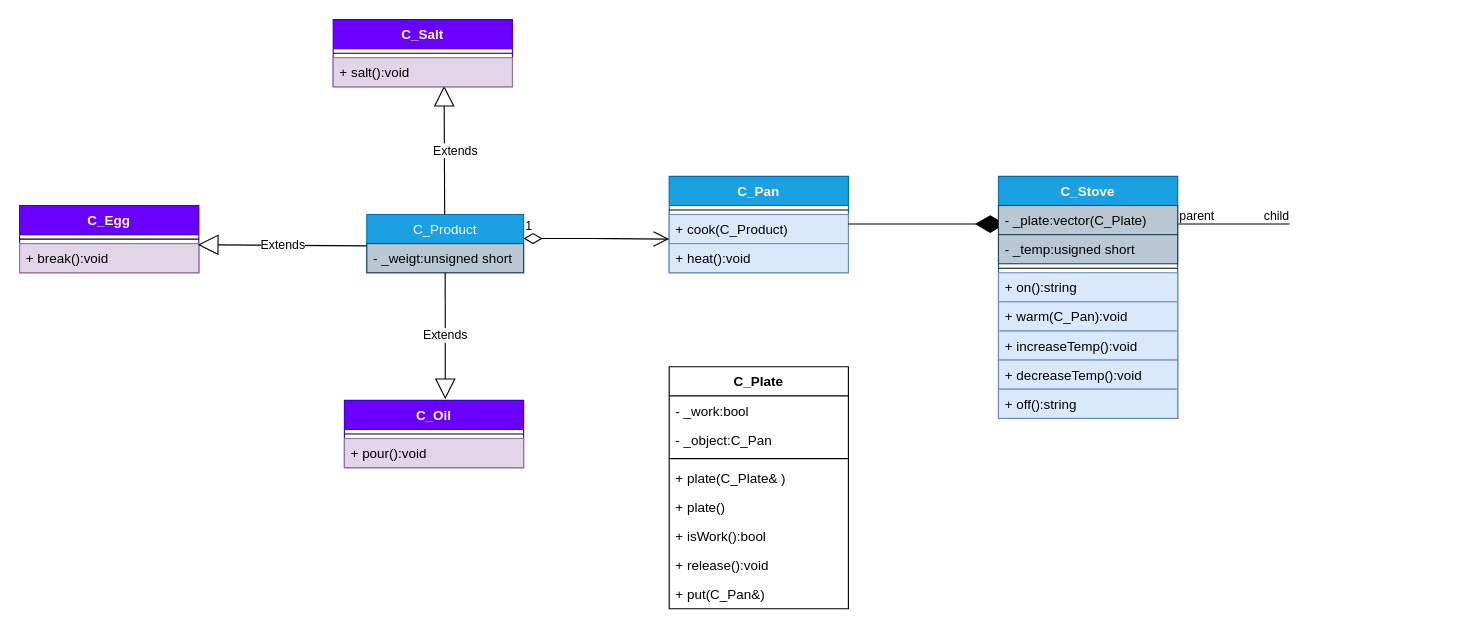
franchukkaterina/Draw-io keeps this draw.io diagram as UML яичница.drawio. Above is the earlier version. Source tidied: cells renumbered, new cells numbered last; positions are measured from the earlier drawing's top-left corner, leaving out a move shared by most shapes. Both pictures are drawn from the tidied source at 112%, with x=0, y=0 at pixel (19, 19).
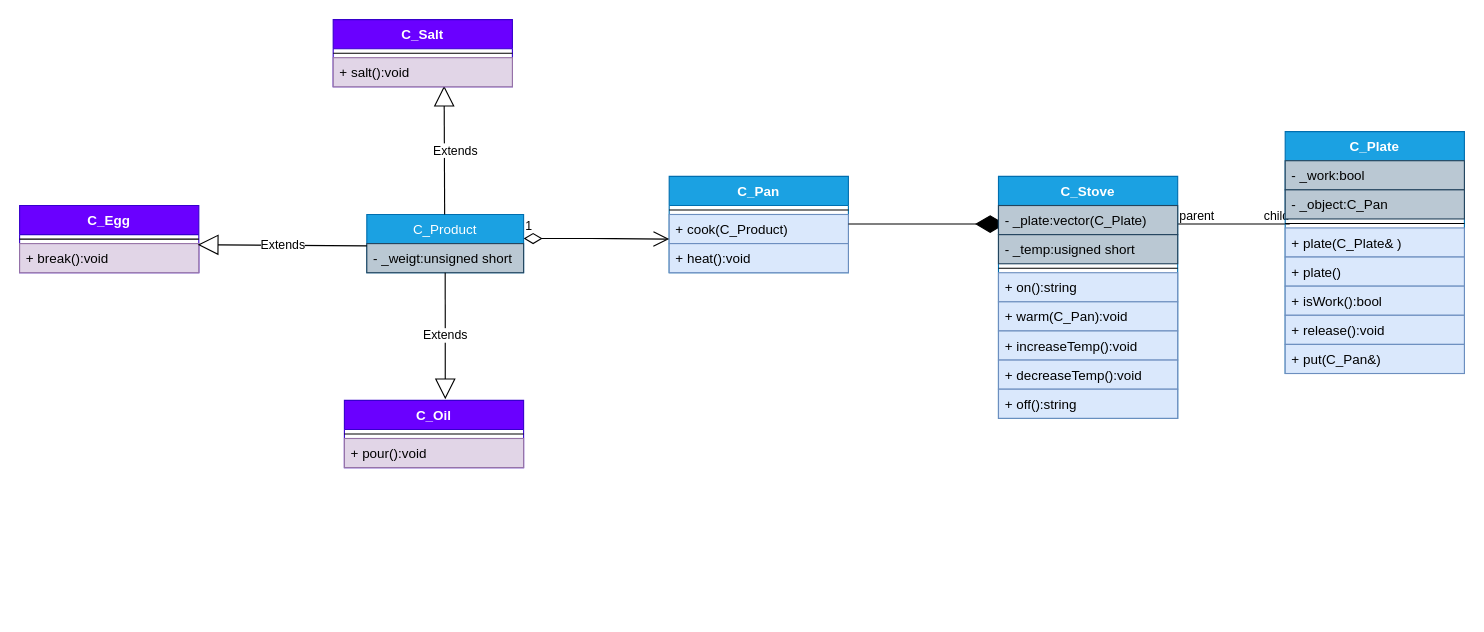
The same diagram, later.

Change to the diagram source:
```diff
@@
-    <mxCell id="34" value="C_Plate" style="swimlane;fontStyle=1;align=center;verticalAlign=top;horizontal=1;startSize=26;" parent="1" vertex="1">
-      <mxGeometry x="580" y="310" width="160" height="216" as="geometry" />
+    <mxCell id="34" value="C_Plate" style="swimlane;fontStyle=1;align=center;verticalAlign=top;horizontal=1;startSize=26;fillColor=#1ba1e2;strokeColor=#006EAF;fontColor=#ffffff;" parent="1" vertex="1">
+      <mxGeometry x="1130" y="100" width="160" height="216" as="geometry" />
     </mxCell>
-    <mxCell id="35" value="- _work:bool" style="text;strokeColor=none;fillColor=none;align=left;verticalAlign=top;spacingLeft=4;spacingRight=4;overflow=hidden;" parent="34" vertex="1">
+    <mxCell id="35" value="- _work:bool" style="text;strokeColor=#23445d;fillColor=#bac8d3;align=left;verticalAlign=top;spacingLeft=4;spacingRight=4;overflow=hidden;" parent="34" vertex="1">
       <mxGeometry y="26" width="160" height="26" as="geometry" />
     </mxCell>
-    <mxCell id="36" value="- _object:C_Pan" style="text;strokeColor=none;fillColor=none;align=left;verticalAlign=top;spacingLeft=4;spacingRight=4;overflow=hidden;" parent="34" vertex="1">
+    <mxCell id="36" value="- _object:C_Pan" style="text;strokeColor=#23445d;fillColor=#bac8d3;align=left;verticalAlign=top;spacingLeft=4;spacingRight=4;overflow=hidden;" parent="34" vertex="1">
       <mxGeometry y="52" width="160" height="26" as="geometry" />
     </mxCell>
@@
-    <mxCell id="38" value="+ plate(C_Plate&amp; )" style="text;strokeColor=none;fillColor=none;align=left;verticalAlign=top;spacingLeft=4;spacingRight=4;overflow=hidden;" parent="34" vertex="1">
+    <mxCell id="38" value="+ plate(C_Plate&amp; )" style="text;strokeColor=#6c8ebf;fillColor=#dae8fc;align=left;verticalAlign=top;spacingLeft=4;spacingRight=4;overflow=hidden;" parent="34" vertex="1">
       <mxGeometry y="86" width="160" height="26" as="geometry" />
     </mxCell>
-    <mxCell id="39" value="+ plate()" style="text;strokeColor=none;fillColor=none;align=left;verticalAlign=top;spacingLeft=4;spacingRight=4;overflow=hidden;" parent="34" vertex="1">
+    <mxCell id="39" value="+ plate()" style="text;strokeColor=#6c8ebf;fillColor=#dae8fc;align=left;verticalAlign=top;spacingLeft=4;spacingRight=4;overflow=hidden;" parent="34" vertex="1">
       <mxGeometry y="112" width="160" height="26" as="geometry" />
     </mxCell>
-    <mxCell id="40" value="+ isWork():bool" style="text;strokeColor=none;fillColor=none;align=left;verticalAlign=top;spacingLeft=4;spacingRight=4;overflow=hidden;" parent="34" vertex="1">
+    <mxCell id="40" value="+ isWork():bool" style="text;strokeColor=#6c8ebf;fillColor=#dae8fc;align=left;verticalAlign=top;spacingLeft=4;spacingRight=4;overflow=hidden;" parent="34" vertex="1">
       <mxGeometry y="138" width="160" height="26" as="geometry" />
     </mxCell>
-    <mxCell id="41" value="+ release():void" style="text;strokeColor=none;fillColor=none;align=left;verticalAlign=top;spacingLeft=4;spacingRight=4;overflow=hidden;" parent="34" vertex="1">
+    <mxCell id="41" value="+ release():void" style="text;strokeColor=#6c8ebf;fillColor=#dae8fc;align=left;verticalAlign=top;spacingLeft=4;spacingRight=4;overflow=hidden;" parent="34" vertex="1">
       <mxGeometry y="164" width="160" height="26" as="geometry" />
     </mxCell>
-    <mxCell id="42" value="+ put(C_Pan&amp;)" style="text;strokeColor=none;fillColor=none;align=left;verticalAlign=top;spacingLeft=4;spacingRight=4;overflow=hidden;" parent="34" vertex="1">
+    <mxCell id="42" value="+ put(C_Pan&amp;)" style="text;strokeColor=#6c8ebf;fillColor=#dae8fc;align=left;verticalAlign=top;spacingLeft=4;spacingRight=4;overflow=hidden;" parent="34" vertex="1">
       <mxGeometry y="190" width="160" height="26" as="geometry" />
     </mxCell>
```
